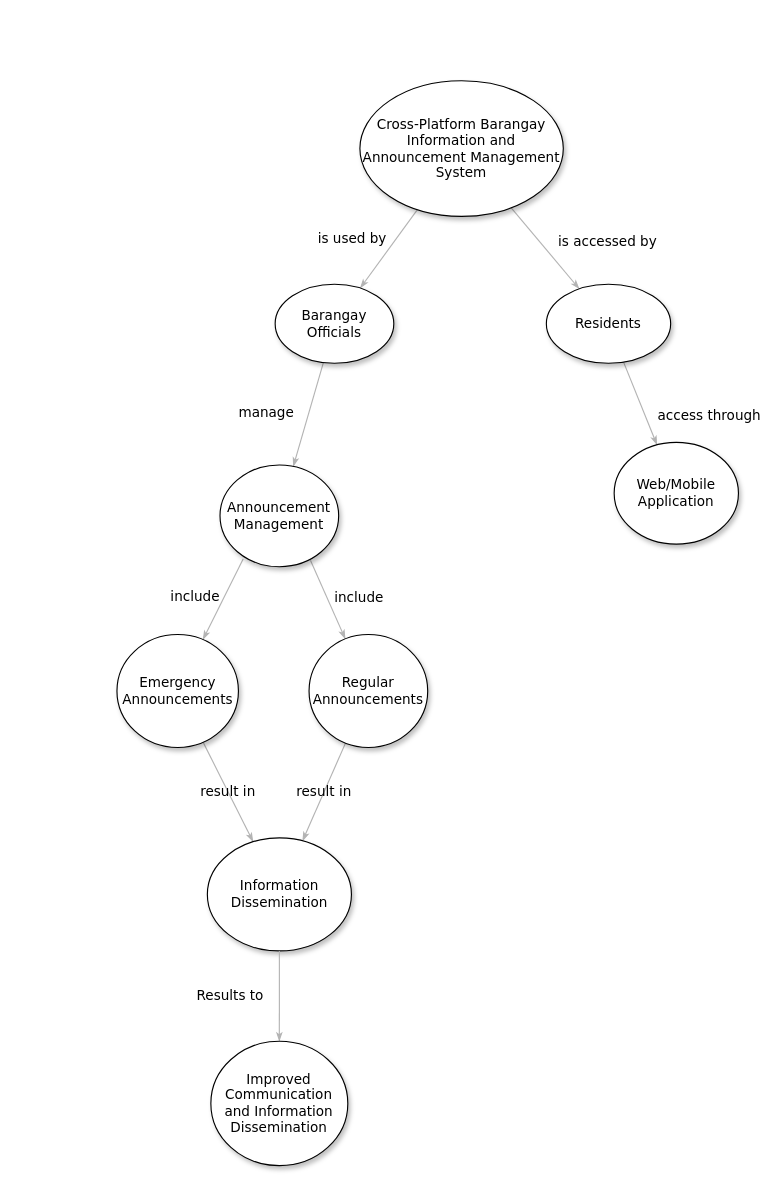
The draw.io diagram second draft.drawio in ur1el0/Capstone, before the edit. Source tidied: cells renumbered, new cells numbered last; positions are measured from the earlier drawing's top-left corner, leaving out a move shared by most shapes. Both pictures are drawn from the tidied source at 113%, with x=0, y=0 at pixel (116, 80).
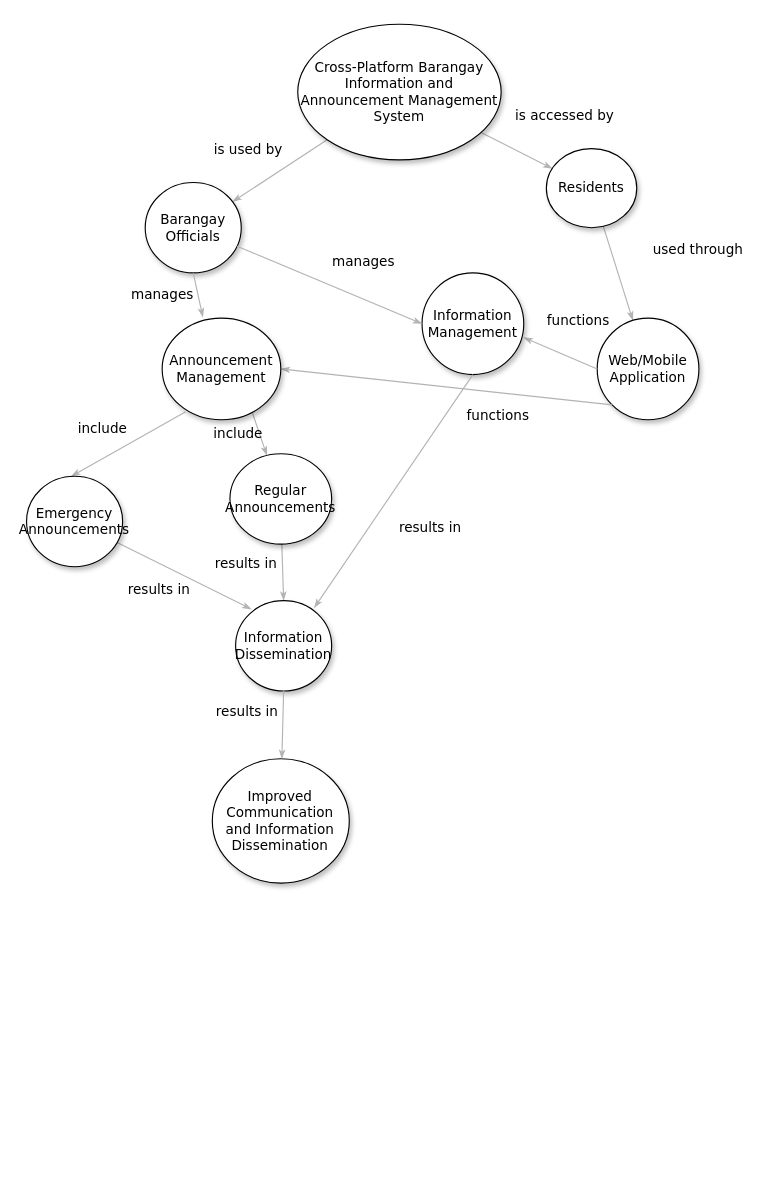
The same page after the edit.

Diff of the diagram source:
```diff
@@
     <mxCell id="4" value="Cross-Platform Barangay Information and Announcement Management System" style="ellipse;whiteSpace=wrap;html=1;rounded=0;shadow=1;comic=0;labelBackgroundColor=none;strokeWidth=1;fontFamily=Verdana;fontSize=12;align=center;" parent="1" vertex="1">
-      <mxGeometry x="215" width="180" height="120" as="geometry" />
+      <mxGeometry x="160" y="-50" width="180" height="120" as="geometry" />
     </mxCell>
-    <mxCell id="5" value="include" style="edgeStyle=none;rounded=1;html=1;labelBackgroundColor=none;startArrow=none;startFill=0;startSize=5;endArrow=classicThin;endFill=1;endSize=5;jettySize=auto;strokeColor=#B3B3B3;strokeWidth=1;fontFamily=Verdana;fontSize=12;exitX=0.195;exitY=0.924;exitDx=0;exitDy=0;exitPerimeter=0;" parent="1" edge="1" source="17" target="13">
+    <mxCell id="5" value="include" style="edgeStyle=none;rounded=1;html=1;labelBackgroundColor=none;startArrow=none;startFill=0;startSize=5;endArrow=classicThin;endFill=1;endSize=5;jettySize=auto;strokeColor=#B3B3B3;strokeWidth=1;fontFamily=Verdana;fontSize=12;exitX=0.195;exitY=0.924;exitDx=0;exitDy=0;exitPerimeter=0;entryX=0.465;entryY=0;entryDx=0;entryDy=0;entryPerimeter=0;" parent="1" edge="1" source="17" target="13">
       <mxGeometry x="0.22" y="-23" relative="1" as="geometry" />
     </mxCell>
     <mxCell id="6" value="include" style="edgeStyle=none;rounded=1;html=1;labelBackgroundColor=none;startArrow=none;startFill=0;startSize=5;endArrow=classicThin;endFill=1;endSize=5;jettySize=auto;strokeColor=#B3B3B3;strokeWidth=1;fontFamily=Verdana;fontSize=12;exitX=0.762;exitY=0.936;exitDx=0;exitDy=0;exitPerimeter=0;" parent="1" edge="1" source="17" target="11">
-      <mxGeometry x="0.26" y="26" relative="1" as="geometry" />
+      <mxGeometry x="-0.31" y="-18" relative="1" as="geometry" />
     </mxCell>
-    <mxCell id="7" value="access through" style="edgeStyle=none;rounded=1;html=1;labelBackgroundColor=none;startArrow=none;startFill=0;startSize=5;endArrow=classicThin;endFill=1;endSize=5;jettySize=auto;strokeColor=#B3B3B3;strokeWidth=1;fontFamily=Verdana;fontSize=12;" parent="1" edge="1" source="8" target="9">
-      <mxGeometry x="0.86" y="52" relative="1" as="geometry" />
+    <mxCell id="7" value="used through" style="edgeStyle=none;rounded=1;html=1;labelBackgroundColor=none;startArrow=none;startFill=0;startSize=5;endArrow=classicThin;endFill=1;endSize=5;jettySize=auto;strokeColor=#B3B3B3;strokeWidth=1;fontFamily=Verdana;fontSize=12;" parent="1" edge="1" source="8" target="9">
+      <mxGeometry x="0.04" y="74" relative="1" as="geometry" />
     </mxCell>
     <mxCell id="8" value="&lt;span&gt;Residents&lt;/span&gt;" style="ellipse;whiteSpace=wrap;html=1;rounded=0;shadow=1;comic=0;labelBackgroundColor=none;strokeWidth=1;fontFamily=Verdana;fontSize=12;align=center;" parent="1" vertex="1">
-      <mxGeometry x="380" y="180" width="110" height="70" as="geometry" />
+      <mxGeometry x="380" y="60" width="80" height="70" as="geometry" />
     </mxCell>
     <mxCell id="9" value="&lt;span&gt;Web/Mobile Application&lt;/span&gt;" style="ellipse;whiteSpace=wrap;html=1;rounded=0;shadow=1;comic=0;labelBackgroundColor=none;strokeWidth=1;fontFamily=Verdana;fontSize=12;align=center;" parent="1" vertex="1">
-      <mxGeometry x="440" y="320" width="110" height="90" as="geometry" />
+      <mxGeometry x="425" y="210" width="90" height="90" as="geometry" />
     </mxCell>
-    <mxCell id="10" value="result in" style="edgeStyle=none;rounded=1;html=1;labelBackgroundColor=none;startArrow=none;startFill=0;startSize=5;endArrow=classicThin;endFill=1;endSize=5;jettySize=auto;strokeColor=#B3B3B3;strokeWidth=1;fontFamily=Verdana;fontSize=12;" parent="1" edge="1" source="11" target="14">
-      <mxGeometry relative="1" as="geometry" />
+    <mxCell id="10" value="results in" style="edgeStyle=none;rounded=1;html=1;labelBackgroundColor=none;startArrow=none;startFill=0;startSize=5;endArrow=classicThin;endFill=1;endSize=5;jettySize=auto;strokeColor=#B3B3B3;strokeWidth=1;fontFamily=Verdana;fontSize=12;entryX=0.5;entryY=0;entryDx=0;entryDy=0;" parent="1" edge="1" source="11" target="14">
+      <mxGeometry x="-0.32" y="-32" relative="1" as="geometry" />
     </mxCell>
     <mxCell id="11" value="&lt;span&gt;Regular Announcements&lt;/span&gt;" style="ellipse;whiteSpace=wrap;html=1;rounded=0;shadow=1;comic=0;labelBackgroundColor=none;strokeWidth=1;fontFamily=Verdana;fontSize=12;align=center;" parent="1" vertex="1">
-      <mxGeometry x="170" y="490" width="105" height="100" as="geometry" />
+      <mxGeometry x="100" y="330" width="90" height="80" as="geometry" />
     </mxCell>
-    <mxCell id="12" value="result in" style="edgeStyle=none;rounded=1;html=1;labelBackgroundColor=none;startArrow=none;startFill=0;startSize=5;endArrow=classicThin;endFill=1;endSize=5;jettySize=auto;strokeColor=#B3B3B3;strokeWidth=1;fontFamily=Verdana;fontSize=12;" parent="1" edge="1" source="13" target="14">
-      <mxGeometry relative="1" as="geometry" />
+    <mxCell id="12" value="results&amp;nbsp;&lt;span style=&quot;background-color: transparent; color: light-dark(rgb(0, 0, 0), rgb(255, 255, 255));&quot;&gt;in&lt;/span&gt;" style="edgeStyle=none;rounded=1;html=1;labelBackgroundColor=none;startArrow=none;startFill=0;startSize=5;endArrow=classicThin;endFill=1;endSize=5;jettySize=auto;strokeColor=#B3B3B3;strokeWidth=1;fontFamily=Verdana;fontSize=12;entryX=0.164;entryY=0.095;entryDx=0;entryDy=0;entryPerimeter=0;" parent="1" edge="1" source="13" target="14">
+      <mxGeometry x="-0.21" y="-21" relative="1" as="geometry" />
     </mxCell>
     <mxCell id="13" value="&lt;span&gt;Emergency Announcements&lt;/span&gt;" style="ellipse;whiteSpace=wrap;html=1;rounded=0;shadow=1;comic=0;labelBackgroundColor=none;strokeWidth=1;fontFamily=Verdana;fontSize=12;align=center;" parent="1" vertex="1">
-      <mxGeometry y="490" width="107.5" height="100" as="geometry" />
+      <mxGeometry x="-80" y="350" width="85" height="80" as="geometry" />
     </mxCell>
-    <mxCell id="14" value="Information Dissemination" style="ellipse;whiteSpace=wrap;html=1;rounded=0;shadow=1;comic=0;labelBackgroundColor=none;strokeWidth=1;fontFamily=Verdana;fontSize=12;align=center;" parent="1" vertex="1">
-      <mxGeometry x="80" y="670" width="127.5" height="100" as="geometry" />
-    </mxCell>
-    <mxCell id="15" value="manage" style="edgeStyle=none;rounded=1;html=1;labelBackgroundColor=none;startArrow=none;startFill=0;startSize=5;endArrow=classicThin;endFill=1;endSize=5;jettySize=auto;strokeColor=#B3B3B3;strokeWidth=1;fontFamily=Verdana;fontSize=12;" parent="1" edge="1" source="16" target="17">
-      <mxGeometry x="0.19" y="-36" relative="1" as="geometry" />
+    <mxCell id="15" value="functions" style="edgeStyle=none;rounded=1;html=1;labelBackgroundColor=none;startArrow=none;startFill=0;startSize=5;endArrow=classicThin;endFill=1;endSize=5;jettySize=auto;strokeColor=#B3B3B3;strokeWidth=1;fontFamily=Verdana;fontSize=12;entryX=1;entryY=0.5;entryDx=0;entryDy=0;exitX=0;exitY=1;exitDx=0;exitDy=0;" parent="1" edge="1" source="9" target="17">
+      <mxGeometry x="-0.33" y="21" relative="1" as="geometry" />
     </mxCell>
     <mxCell id="16" value="Barangay Officials" style="ellipse;whiteSpace=wrap;html=1;rounded=0;shadow=1;comic=0;labelBackgroundColor=none;strokeWidth=1;fontFamily=Verdana;fontSize=12;align=center;" parent="1" vertex="1">
-      <mxGeometry x="140" y="180" width="105" height="70" as="geometry" />
+      <mxGeometry x="25" y="90" width="85" height="80" as="geometry" />
     </mxCell>
     <mxCell id="17" value="&lt;span&gt;Announcement Management&lt;/span&gt;" style="ellipse;whiteSpace=wrap;html=1;rounded=0;shadow=1;comic=0;labelBackgroundColor=none;strokeWidth=1;fontFamily=Verdana;fontSize=12;align=center;" parent="1" vertex="1">
-      <mxGeometry x="91.2" y="340" width="105" height="90" as="geometry" />
+      <mxGeometry x="40" y="210" width="105" height="90" as="geometry" />
     </mxCell>
+    <mxCell id="19" value="Improved Communication and Information Dissemination" style="ellipse;whiteSpace=wrap;html=1;rounded=0;shadow=1;comic=0;labelBackgroundColor=none;strokeWidth=1;fontFamily=Verdana;fontSize=12;align=center;" parent="1" vertex="1">
+      <mxGeometry x="84.4" y="600" width="121.2" height="110" as="geometry" />
+    </mxCell>
+    <mxCell id="20" value="functions" style="edgeStyle=none;rounded=1;html=1;labelBackgroundColor=none;startArrow=none;startFill=0;startSize=5;endArrow=classicThin;endFill=1;endSize=5;jettySize=auto;strokeColor=#B3B3B3;strokeWidth=1;fontFamily=Verdana;fontSize=12;exitX=0;exitY=0.5;exitDx=0;exitDy=0;entryX=0.999;entryY=0.636;entryDx=0;entryDy=0;entryPerimeter=0;" parent="1" edge="1" source="9" target="22">
+      <mxGeometry x="-0.1" y="-32" relative="1" as="geometry" />
+    </mxCell>
+    <mxCell id="21" value="&lt;div&gt;&lt;br&gt;&lt;/div&gt;" style="edgeLabel;html=1;align=center;verticalAlign=middle;fontSize=12;" parent="20" vertex="1">
+      <mxGeometry x="0.25" y="-1" relative="1" as="geometry" />
+    </mxCell>
+    <mxCell id="22" value="&lt;span&gt;Information Management&lt;/span&gt;" style="ellipse;whiteSpace=wrap;html=1;rounded=0;shadow=1;comic=0;labelBackgroundColor=none;strokeWidth=1;fontFamily=Verdana;fontSize=12;align=center;" parent="1" vertex="1">
+      <mxGeometry x="270" y="170" width="90" height="90" as="geometry" />
+    </mxCell>
+    <mxCell id="23" value="manages" style="edgeStyle=none;rounded=1;html=1;labelBackgroundColor=none;startArrow=none;startFill=0;startSize=5;endArrow=classicThin;endFill=1;endSize=5;jettySize=auto;strokeColor=#B3B3B3;strokeWidth=1;fontFamily=Verdana;fontSize=12;entryX=0;entryY=0.5;entryDx=0;entryDy=0;" parent="1" edge="1" source="16" target="22">
+      <mxGeometry x="0.22" y="30" relative="1" as="geometry">
+        <mxPoint x="1" as="offset" />
+      </mxGeometry>
+    </mxCell>
+    <mxCell id="24" value="manages" style="edgeStyle=none;rounded=1;html=1;labelBackgroundColor=none;startArrow=none;startFill=0;startSize=5;endArrow=classicThin;endFill=1;endSize=5;jettySize=auto;strokeColor=#B3B3B3;strokeWidth=1;fontFamily=Verdana;fontSize=12;exitX=0.5;exitY=1;exitDx=0;exitDy=0;entryX=0.343;entryY=-0.009;entryDx=0;entryDy=0;entryPerimeter=0;" parent="1" edge="1" source="16" target="17">
+      <mxGeometry x="-0.31" y="-31" relative="1" as="geometry" />
+    </mxCell>
+    <mxCell id="25" value="results in" style="edgeStyle=none;rounded=1;html=1;labelBackgroundColor=none;startArrow=none;startFill=0;startSize=5;endArrow=classicThin;endFill=1;endSize=5;jettySize=auto;strokeColor=#B3B3B3;strokeWidth=1;fontFamily=Verdana;fontSize=12;exitX=0.5;exitY=1;exitDx=0;exitDy=0;entryX=0.818;entryY=0.08;entryDx=0;entryDy=0;entryPerimeter=0;" parent="1" edge="1" source="22" target="14">
+      <mxGeometry x="0.07" y="45" relative="1" as="geometry" />
+    </mxCell>
+    <mxCell id="14" value="Information Dissemination" style="ellipse;whiteSpace=wrap;html=1;rounded=0;shadow=1;comic=0;labelBackgroundColor=none;strokeWidth=1;fontFamily=Verdana;fontSize=12;align=center;" parent="1" vertex="1">
+      <mxGeometry x="105" y="460" width="85" height="80" as="geometry" />
+    </mxCell>
-    <mxCell id="18" value="Results to" style="edgeStyle=none;rounded=1;html=1;labelBackgroundColor=none;startArrow=none;startFill=0;startSize=5;endArrow=classicThin;endFill=1;endSize=5;jettySize=auto;strokeColor=#B3B3B3;strokeWidth=1;fontFamily=Verdana;fontSize=12;entryX=0.5;entryY=0;entryDx=0;entryDy=0;exitX=0.5;exitY=1;exitDx=0;exitDy=0;" parent="1" edge="1" source="14" target="19">
-      <mxGeometry y="-44" relative="1" as="geometry" />
+    <mxCell id="18" value="results in" style="edgeStyle=none;rounded=1;html=1;labelBackgroundColor=none;startArrow=none;startFill=0;startSize=5;endArrow=classicThin;endFill=1;endSize=5;jettySize=auto;strokeColor=#B3B3B3;strokeWidth=1;fontFamily=Verdana;fontSize=12;exitX=0.5;exitY=1;exitDx=0;exitDy=0;" parent="1" edge="1" source="14" target="19">
+      <mxGeometry x="-0.32" y="-32" relative="1" as="geometry" />
     </mxCell>
-    <mxCell id="19" value="Improved Communication and Information Dissemination" style="ellipse;whiteSpace=wrap;html=1;rounded=0;shadow=1;comic=0;labelBackgroundColor=none;strokeWidth=1;fontFamily=Verdana;fontSize=12;align=center;" parent="1" vertex="1">
-      <mxGeometry x="83.1" y="850" width="121.2" height="110" as="geometry" />
-    </mxCell>
```
